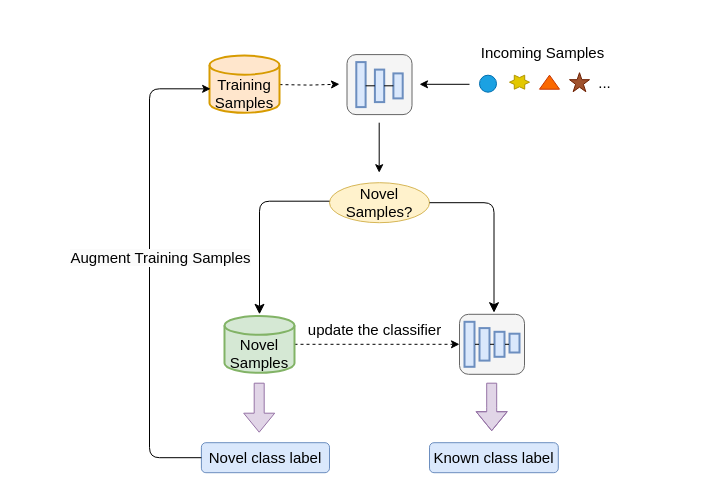
Above: 未命名绘图.drawio in dxin66/draw-files (draw.io), before the change. Source tidied: cells renumbered, new cells numbered last; positions are measured from the earlier drawing's top-left corner, leaving out a move shared by most shapes. Both pictures are drawn from the tidied source at 100%, with x=0, y=0 at pixel (149, 37).
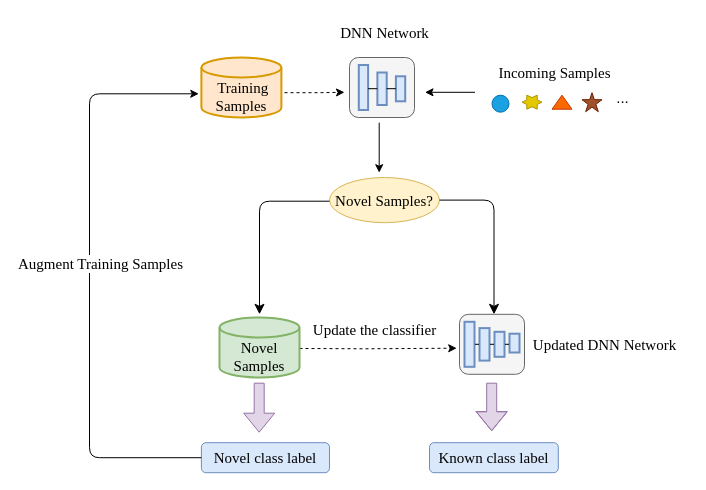
The same diagram, later.

Commit message:
更新未命名绘图.drawio

The change refers to these unchanged cells:
```xml
<mxCell id="25" style="rounded=1;whiteSpace=wrap;html=1;fontSize=15;fillColor=#f5f5f5;fontColor=#333333;strokeColor=#666666;" parent="1" vertex="1">
  <mxGeometry x="310" y="276.8" width="65" height="60" as="geometry" />
</mxCell>
```

Diff of the diagram source:
```diff
@@
     <mxCell id="2" style="group;rotation=90;fontSize=15;" parent="1" vertex="1">
-      <mxGeometry x="197.5" y="17.1" width="65" height="60" as="geometry" />
+      <mxGeometry x="200" y="20" width="65" height="60" as="geometry" />
     </mxCell>
@@
-    <mxCell id="10" style="edgeStyle=orthogonalEdgeStyle;rounded=0;jettySize=auto;html=1;entryX=0;entryY=0.5;entryDx=0;entryDy=0;dashed=1;fontSize=15;" parent="1" edge="1" source="11" target="25">
-      <mxGeometry relative="1" as="geometry" />
+    <mxCell id="10" style="edgeStyle=orthogonalEdgeStyle;rounded=0;jettySize=auto;html=1;entryX=-0.043;entryY=0.565;entryDx=0;entryDy=0;dashed=1;fontSize=15;entryPerimeter=0;" parent="1" edge="1" target="25">
+      <mxGeometry relative="1" as="geometry">
+        <mxPoint x="120" y="310.8" as="sourcePoint" />
+      </mxGeometry>
     </mxCell>
-    <mxCell id="11" value="&lt;div style=&quot;font-size: 15px;&quot;&gt;&lt;br style=&quot;font-size: 15px;&quot;&gt;&lt;/div&gt;Novel Samples" style="strokeWidth=2;html=1;shape=mxgraph.flowchart.database;whiteSpace=wrap;fontSize=15;fillColor=#d5e8d4;strokeColor=#82b366;" parent="1" vertex="1">
-      <mxGeometry x="75" y="278.4" width="70" height="56.9" as="geometry" />
+    <mxCell id="11" value="&lt;div style=&quot;font-size: 15px;&quot;&gt;&lt;font face=&quot;Times New Roman&quot;&gt;&lt;br style=&quot;font-size: 15px;&quot;&gt;&lt;/font&gt;&lt;/div&gt;&lt;font face=&quot;Times New Roman&quot;&gt;Novel Samples&lt;/font&gt;" style="strokeWidth=2;html=1;shape=mxgraph.flowchart.database;whiteSpace=wrap;fontSize=15;fillColor=#d5e8d4;strokeColor=#82b366;" parent="1" vertex="1">
+      <mxGeometry x="70" y="280" width="80" height="60" as="geometry" />
     </mxCell>
     <mxCell id="12" style="edgeStyle=orthogonalEdgeStyle;rounded=0;orthogonalLoop=1;jettySize=auto;html=1;dashed=1;targetPerimeterSpacing=0;fontSize=15;" parent="1" edge="1">
       <mxGeometry relative="1" as="geometry">
-        <mxPoint x="130" y="47.1" as="sourcePoint" />
-        <mxPoint x="190" y="46.7" as="targetPoint" />
+        <mxPoint x="135" y="55.2" as="sourcePoint" />
+        <mxPoint x="195" y="54.8" as="targetPoint" />
+        <Array as="points">
+          <mxPoint x="170" y="55" />
+        </Array>
       </mxGeometry>
     </mxCell>
-    <mxCell id="13" value="&lt;div style=&quot;font-size: 15px;&quot;&gt;&lt;br style=&quot;font-size: 15px;&quot;&gt;&lt;/div&gt;Training Samples&lt;div style=&quot;font-size: 15px;&quot;&gt;&lt;/div&gt;&lt;div style=&quot;font-size: 15px;&quot;&gt;&lt;/div&gt;" style="strokeWidth=2;html=1;shape=mxgraph.flowchart.database;whiteSpace=wrap;fontSize=15;fillColor=#ffe6cc;strokeColor=#d79b00;" parent="1" vertex="1">
-      <mxGeometry x="60" y="18.1" width="70" height="57.2" as="geometry" />
+    <mxCell id="13" value="&lt;div style=&quot;font-size: 15px;&quot;&gt;&lt;span style=&quot;font-family: &amp;quot;Times New Roman&amp;quot;; background-color: initial;&quot;&gt;&lt;br&gt;&lt;/span&gt;&lt;/div&gt;&lt;div style=&quot;font-size: 15px;&quot;&gt;&lt;span style=&quot;font-family: &amp;quot;Times New Roman&amp;quot;; background-color: initial;&quot;&gt;&amp;nbsp; Training&amp;nbsp; Samples&lt;/span&gt;&lt;br&gt;&lt;/div&gt;&lt;div style=&quot;font-size: 15px;&quot;&gt;&lt;/div&gt;&lt;div style=&quot;font-size: 15px;&quot;&gt;&lt;/div&gt;" style="strokeWidth=2;html=1;shape=mxgraph.flowchart.database;whiteSpace=wrap;fontSize=15;fillColor=#ffe6cc;strokeColor=#d79b00;" parent="1" vertex="1">
+      <mxGeometry x="51.9" y="20" width="80" height="60" as="geometry" />
     </mxCell>
     <mxCell id="14" style="group;fontSize=15;" parent="1" vertex="1">
-      <mxGeometry x="330" y="35.2" width="110" height="19.5" as="geometry" />
+      <mxGeometry x="342.5" y="55.2" width="110" height="19.5" as="geometry" />
     </mxCell>
@@
-    <mxCell id="19" value="Incoming Samples" style="text;html=1;align=center;verticalAlign=middle;strokeColor=none;fillColor=none;fontSize=15;" parent="1" vertex="1">
-      <mxGeometry x="317.5" width="150" height="30" as="geometry" />
+    <mxCell id="19" value="&lt;font face=&quot;Times New Roman&quot;&gt;Incoming Samples&lt;/font&gt;" style="text;html=1;align=center;verticalAlign=middle;strokeColor=none;fillColor=none;fontSize=15;" parent="1" vertex="1">
+      <mxGeometry x="335" y="20" width="140" height="30" as="geometry" />
     </mxCell>
     <mxCell id="20" value="..." style="text;html=1;align=center;verticalAlign=middle;strokeColor=none;fillColor=none;fontSize=15;" parent="1" vertex="1">
-      <mxGeometry x="435" y="30" width="40" height="30" as="geometry" />
+      <mxGeometry x="452.5" y="44.8" width="40" height="30" as="geometry" />
     </mxCell>
     <mxCell id="21" style="endArrow=classic;html=1;rounded=0;fontSize=15;" parent="1" edge="1">
       <mxGeometry relative="1" as="geometry">
-        <mxPoint x="320" y="46.8" as="sourcePoint" />
-        <mxPoint x="270" y="46.8" as="targetPoint" />
+        <mxPoint x="325.5" y="54.8" as="sourcePoint" />
+        <mxPoint x="275.5" y="54.8" as="targetPoint" />
       </mxGeometry>
     </mxCell>
@@
-    <mxCell id="23" value="Novel Samples?" style="ellipse;whiteSpace=wrap;html=1;align=center;newEdgeStyle={&quot;edgeStyle&quot;:&quot;entityRelationEdgeStyle&quot;,&quot;startArrow&quot;:&quot;none&quot;,&quot;endArrow&quot;:&quot;none&quot;,&quot;segment&quot;:10,&quot;curved&quot;:1,&quot;sourcePerimeterSpacing&quot;:0,&quot;targetPerimeterSpacing&quot;:0};fontSize=15;fillColor=#fff2cc;strokeColor=#d6b656;" parent="1" vertex="1">
-      <mxGeometry x="180" y="145.2" width="100" height="40" as="geometry" />
+    <mxCell id="23" value="&lt;font face=&quot;Times New Roman&quot;&gt;Novel Samples?&lt;/font&gt;" style="ellipse;whiteSpace=wrap;html=1;align=center;newEdgeStyle={&quot;edgeStyle&quot;:&quot;entityRelationEdgeStyle&quot;,&quot;startArrow&quot;:&quot;none&quot;,&quot;endArrow&quot;:&quot;none&quot;,&quot;segment&quot;:10,&quot;curved&quot;:1,&quot;sourcePerimeterSpacing&quot;:0,&quot;targetPerimeterSpacing&quot;:0};fontSize=15;fillColor=#fff2cc;strokeColor=#d6b656;" parent="1" vertex="1">
+      <mxGeometry x="180" y="140" width="110" height="45.2" as="geometry" />
     </mxCell>
@@
-    <mxCell id="33" value="Novel class label" style="rounded=1;whiteSpace=wrap;html=1;fillColor=#dae8fc;strokeColor=#6c8ebf;fontSize=15;" parent="1" vertex="1">
+    <mxCell id="33" value="&lt;font face=&quot;Times New Roman&quot;&gt;Novel class label&lt;/font&gt;" style="rounded=1;whiteSpace=wrap;html=1;fillColor=#dae8fc;strokeColor=#6c8ebf;fontSize=15;" parent="1" vertex="1">
       <mxGeometry x="51.9" y="405.2" width="128.1" height="30" as="geometry" />
     </mxCell>
-    <mxCell id="34" value="Known class label" style="rounded=1;whiteSpace=wrap;html=1;fillColor=#dae8fc;strokeColor=#6c8ebf;fontSize=15;" parent="1" vertex="1">
+    <mxCell id="34" value="&lt;font face=&quot;Times New Roman&quot;&gt;Known class label&lt;/font&gt;" style="rounded=1;whiteSpace=wrap;html=1;fillColor=#dae8fc;strokeColor=#6c8ebf;fontSize=15;" parent="1" vertex="1">
       <mxGeometry x="280" y="405.2" width="128.8" height="30" as="geometry" />
     </mxCell>
-    <mxCell id="35" style="edgeStyle=orthogonalEdgeStyle;rounded=1;jettySize=auto;html=1;entryX=0.016;entryY=0.581;entryDx=0;entryDy=0;entryPerimeter=0;curved=0;fontSize=15;" parent="1" edge="1" source="33" target="13">
+    <mxCell id="35" style="edgeStyle=orthogonalEdgeStyle;rounded=1;jettySize=auto;html=1;entryX=-0.033;entryY=0.605;entryDx=0;entryDy=0;entryPerimeter=0;curved=0;fontSize=15;exitX=0;exitY=0.5;exitDx=0;exitDy=0;" parent="1" edge="1" source="33" target="13">
       <mxGeometry relative="1" as="geometry">
         <Array as="points">
-          <mxPoint y="420.2" />
-          <mxPoint y="52.2" />
+          <mxPoint x="-60" y="420" />
+          <mxPoint x="-60" y="56" />
         </Array>
       </mxGeometry>
     </mxCell>
-    <mxCell id="36" value="&lt;span style=&quot;font-size: 15px; background-color: rgb(251, 251, 251);&quot;&gt;Augment Training Samples&lt;/span&gt;" style="edgeLabel;html=1;align=center;verticalAlign=middle;fontSize=15;" parent="35" vertex="1">
+    <mxCell id="36" value="&lt;span style=&quot;font-size: 15px;&quot;&gt;&lt;font face=&quot;Times New Roman&quot;&gt;Augment Training Samples&lt;/font&gt;&lt;/span&gt;" style="edgeLabel;html=1;align=center;verticalAlign=middle;fontSize=15;labelBackgroundColor=default;" parent="35" vertex="1">
       <mxGeometry x="0.05" relative="1" as="geometry">
         <mxPoint x="10" as="offset" />
       </mxGeometry>
     </mxCell>
-    <mxCell id="37" value="update the classifier" style="text;html=1;align=center;verticalAlign=middle;strokeColor=none;fillColor=none;fontSize=15;" parent="1" vertex="1">
-      <mxGeometry x="145" y="276.8" width="160" height="30" as="geometry" />
+    <mxCell id="37" value="&lt;font face=&quot;Times New Roman&quot;&gt;Update the classifier&lt;/font&gt;" style="text;html=1;align=center;verticalAlign=middle;strokeColor=none;fillColor=none;fontSize=15;" parent="1" vertex="1">
+      <mxGeometry x="150" y="276.8" width="150" height="30" as="geometry" />
     </mxCell>
@@
-    <mxCell id="39" style="edgeStyle=elbowEdgeStyle;elbow=horizontal;endArrow=classic;html=1;curved=0;rounded=1;endSize=8;startSize=8;exitX=1;exitY=0.5;exitDx=0;exitDy=0;fontSize=15;" parent="1" edge="1">
+    <mxCell id="39" style="edgeStyle=elbowEdgeStyle;elbow=horizontal;endArrow=classic;html=1;curved=0;rounded=1;endSize=8;startSize=8;exitX=1;exitY=0.5;exitDx=0;exitDy=0;fontSize=15;" parent="1" edge="1" source="23">
       <mxGeometry relative="1" as="geometry">
-        <mxPoint x="280" y="165.2" as="sourcePoint" />
-        <mxPoint x="345" y="275.2" as="targetPoint" />
+        <mxPoint x="345" y="276.8" as="targetPoint" />
         <Array as="points">
-          <mxPoint x="344.5" y="225.4" />
+          <mxPoint x="344.5" y="226.9" />
         </Array>
       </mxGeometry>
     </mxCell>
+    <mxCell id="40" value="&lt;font style=&quot;font-size: 15px;&quot; face=&quot;Times New Roman&quot;&gt;DNN Network&lt;/font&gt;" style="text;html=1;align=center;verticalAlign=middle;strokeColor=none;fillColor=none;" parent="1" vertex="1">
+      <mxGeometry x="180" y="-20" width="110" height="30" as="geometry" />
+    </mxCell>
+    <mxCell id="41" value="&lt;font style=&quot;font-size: 15px;&quot; face=&quot;Times New Roman&quot;&gt;Updated DNN Network&lt;/font&gt;" style="text;html=1;align=center;verticalAlign=middle;strokeColor=none;fillColor=none;" parent="1" vertex="1">
+      <mxGeometry x="370" y="291.8" width="170" height="30" as="geometry" />
+    </mxCell>
```
